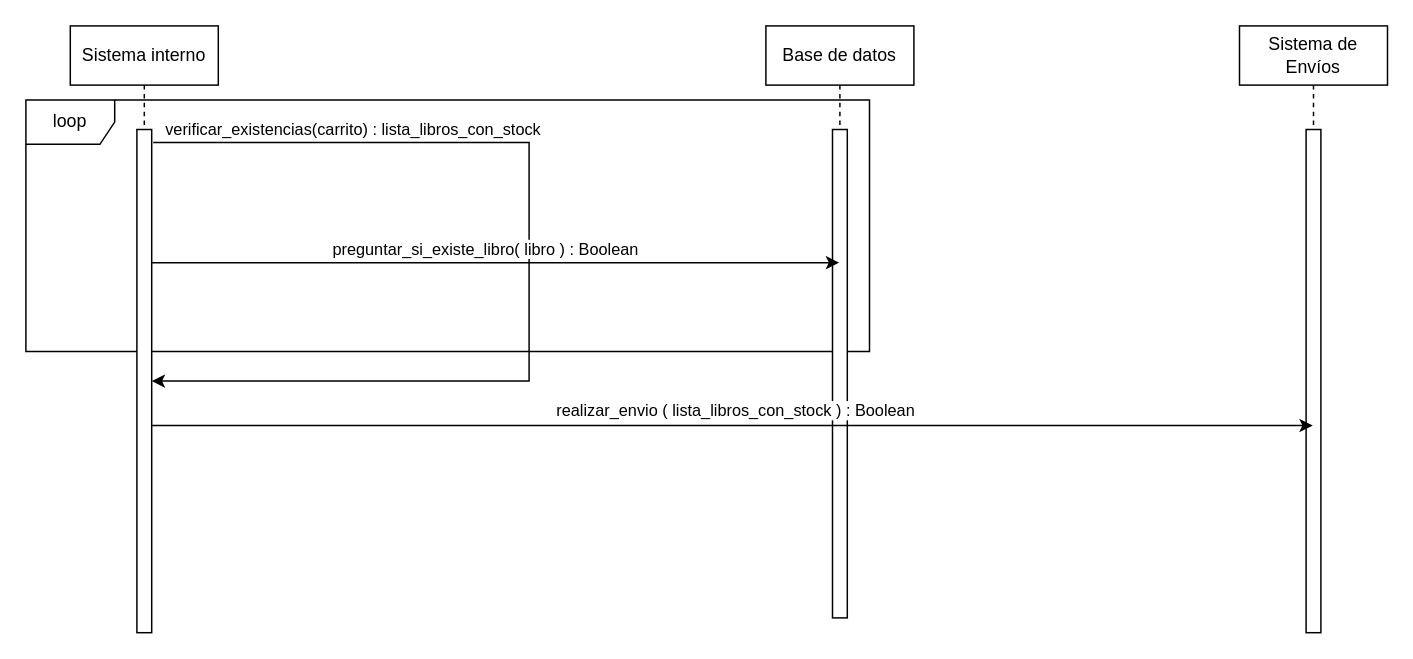
This is page "Generar envío" (4 of 6) of ing/casos de uso.drawio from NicoJimenez123/tareas, a draw.io file, before an edit. Source tidied: cells renumbered, new cells numbered last; positions are measured from the earlier drawing's top-left corner, leaving out a move shared by most shapes. Both pictures are drawn from the tidied source at 148%, with x=0, y=0 at pixel (25, 25).
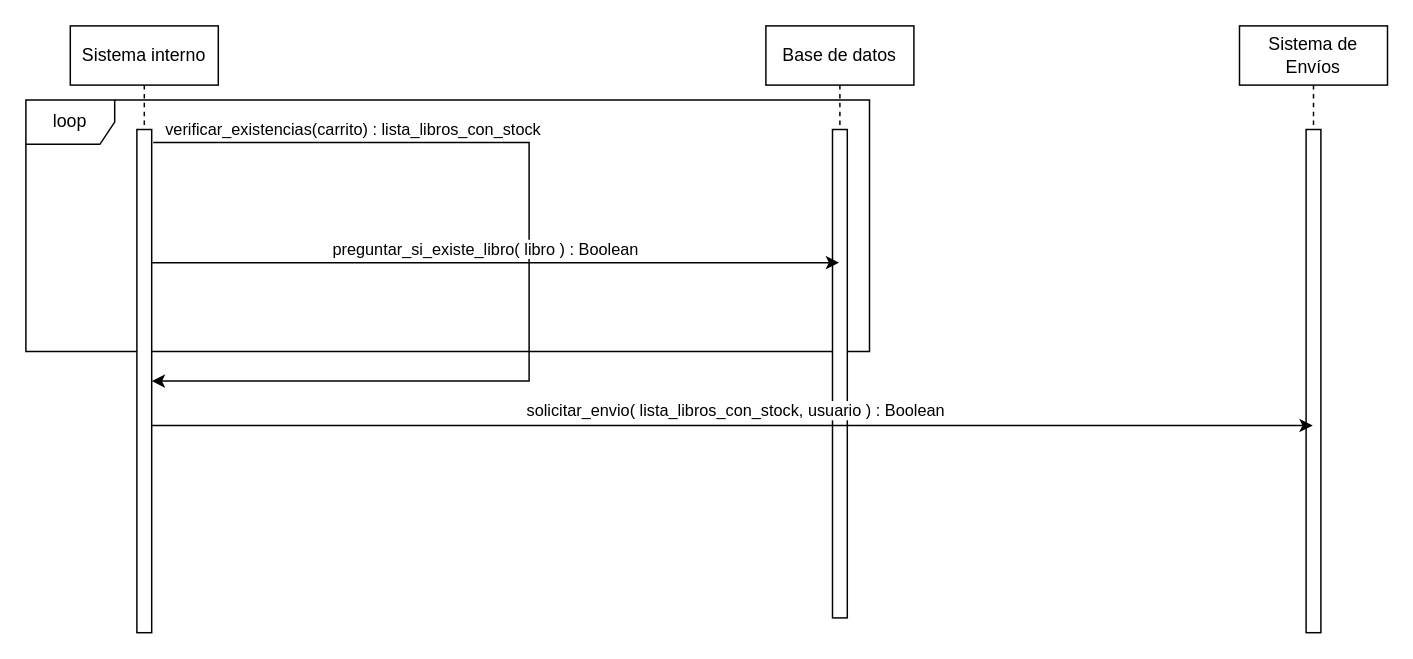
The same page after the edit.

The change refers to these unchanged cells:
```xml
<mxCell id="4" style="html=1;points=[];perimeter=orthogonalPerimeter;" parent="3" vertex="1">
  <mxGeometry x="45" y="70" width="10" height="340" as="geometry" />
</mxCell>
<mxCell id="7" value="Sistema de Envíos" style="shape=umlLifeline;perimeter=lifelinePerimeter;whiteSpace=wrap;html=1;outlineConnect=0;" parent="1" vertex="1">
  <mxGeometry x="820" width="100" height="410" as="geometry" />
</mxCell>
```

What changed in the source:
```diff
@@
-    <mxCell id="13" value="realizar_envio ( lista_libros_con_stock ) : Boolean&amp;nbsp;" style="edgeStyle=orthogonalEdgeStyle;rounded=0;jettySize=auto;html=1;" parent="1" edge="1" source="4" target="7">
+    <mxCell id="13" value="solicitar_envio( lista_libros_con_stock, usuario ) : Boolean&amp;nbsp;" style="edgeStyle=orthogonalEdgeStyle;rounded=0;jettySize=auto;html=1;" parent="1" edge="1" source="4" target="7">
       <mxGeometry x="0.01" y="10" relative="1" as="geometry">
         <Array as="points">
           <mxPoint x="410" y="270" />
           <mxPoint x="410" y="270" />
         </Array>
       </mxGeometry>
     </mxCell>
```
